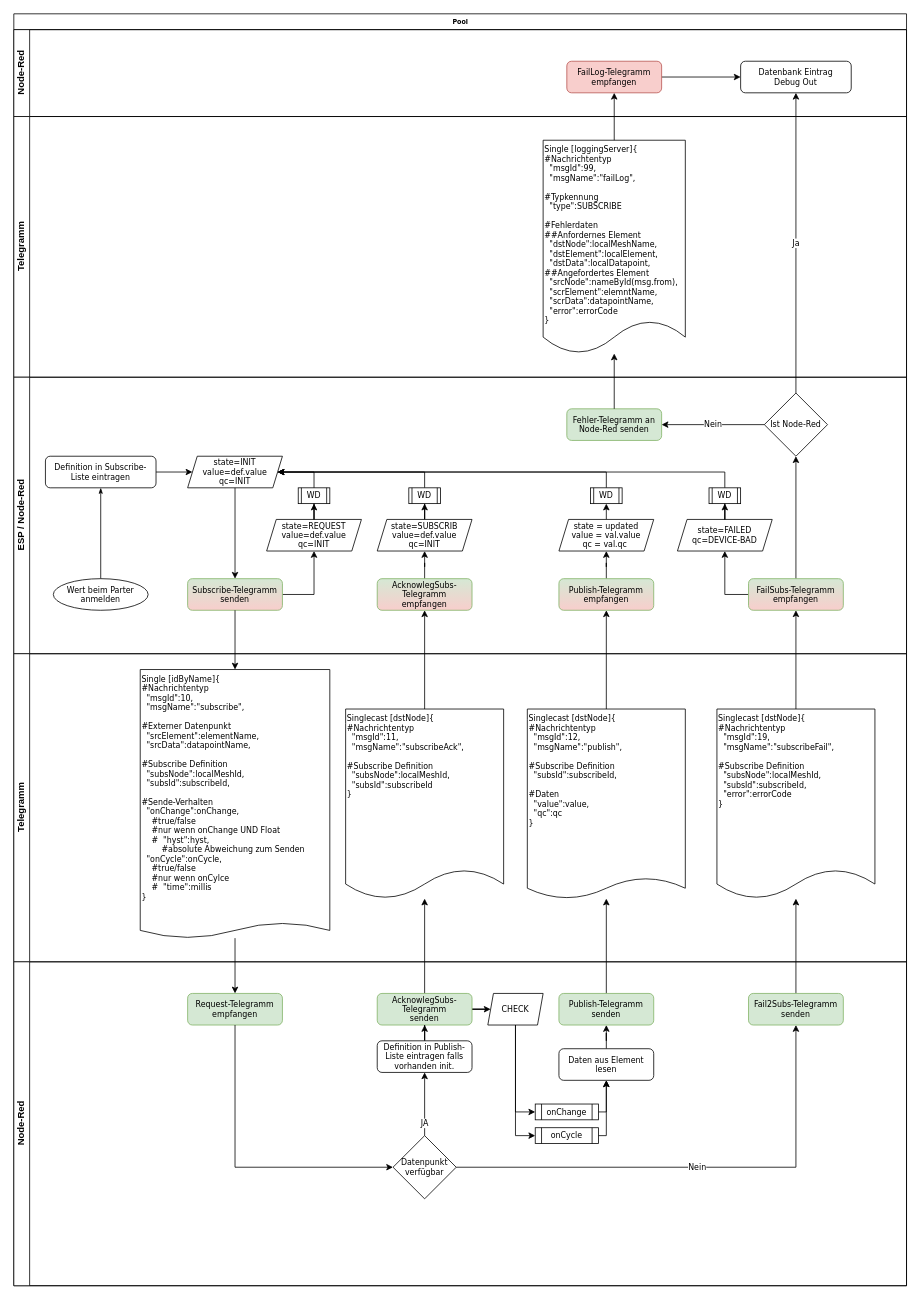
Before: page "Subscribe [1x]" (1 of 10) of Dokumente/IOT_Structure.drawio in IchOK/JCA_IOT, a draw.io diagram. Source tidied: cells renumbered, new cells numbered last; positions are measured from the earlier drawing's top-left corner, leaving out a move shared by most shapes. Both pictures are drawn from the tidied source at 79%, with x=0, y=0 at pixel (13, 13).
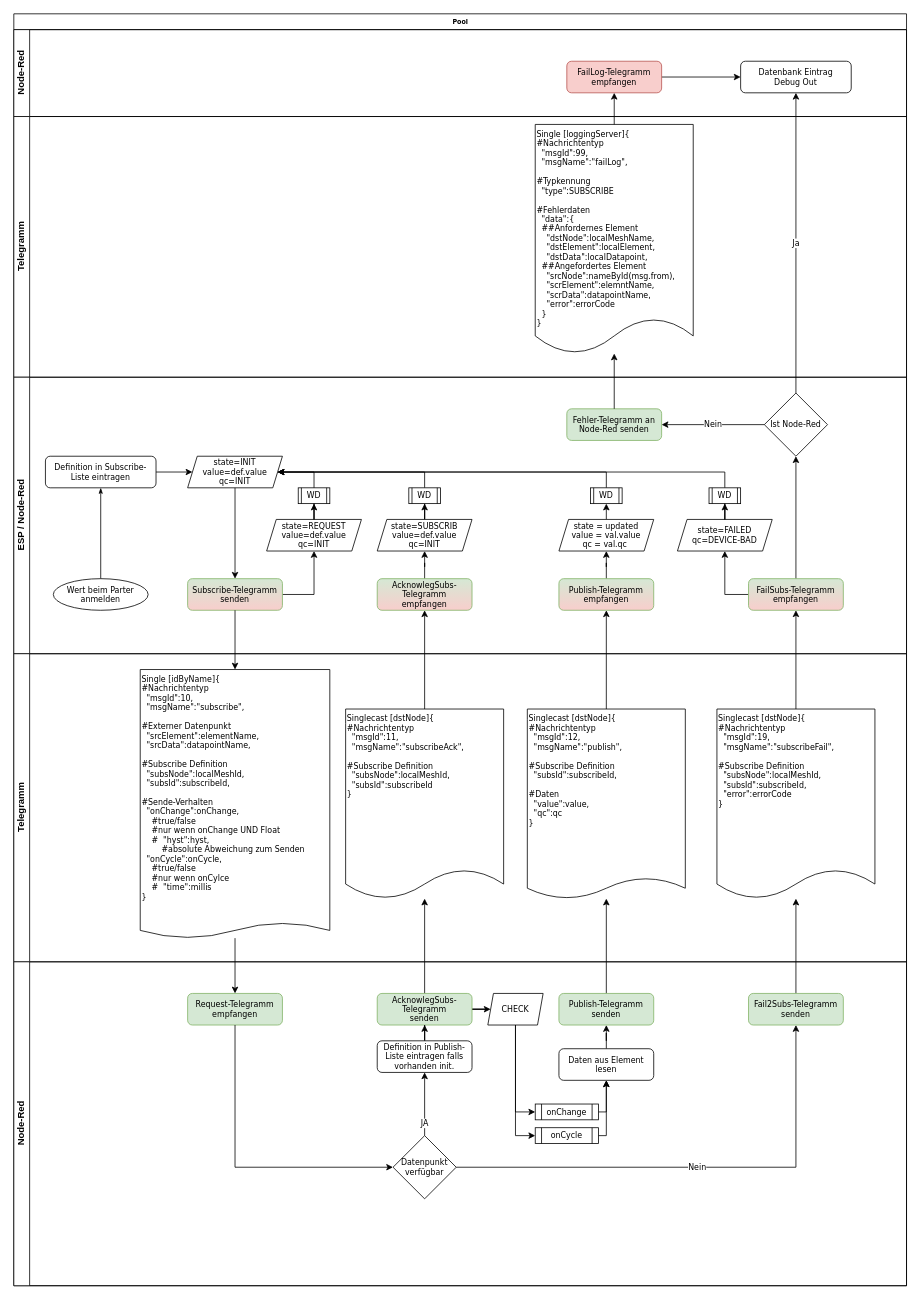
After the change.

The change refers to these unchanged cells:
```xml
<mxCell id="7" value="Telegramm" style="swimlane;html=1;startSize=20;horizontal=0;" parent="2" vertex="1">
  <mxGeometry y="130" width="1130" height="330" as="geometry" />
</mxCell>
```

Diff of the diagram source:
```diff
@@
-    <mxCell id="8" value="Single [loggingServer]{&lt;br&gt;#Nachrichtentyp&lt;br&gt;&amp;nbsp; &quot;msgId&quot;:99,&lt;br&gt;&amp;nbsp; &quot;msgName&quot;:&quot;failLog&quot;,&lt;br&gt;&lt;br&gt;#Typkennung&lt;br&gt;&amp;nbsp; &quot;type&quot;:SUBSCRIBE&lt;br&gt;&lt;br&gt;#Fehlerdaten&lt;br&gt;##Anfordernes Element&lt;br&gt;&amp;nbsp; &quot;dstNode&quot;:localMeshName,&lt;br&gt;&amp;nbsp; &quot;dstElement&quot;:localElement,&lt;br&gt;&amp;nbsp; &quot;dstData&quot;:localDatapoint,&lt;br&gt;##Angefordertes Element&lt;br&gt;&amp;nbsp; &quot;srcNode&quot;:nameById(msg.from),&lt;br&gt;&amp;nbsp; &quot;scrElement&quot;:elemntName,&lt;br&gt;&amp;nbsp; &quot;scrData&quot;:datapointName,&lt;br&gt;&amp;nbsp; &quot;error&quot;:errorCode&lt;br&gt;}&lt;span&gt;&lt;br&gt;&lt;/span&gt;" style="shape=document;whiteSpace=wrap;html=1;boundedLbl=1;fontFamily=Verdana;fontSize=10;align=left;verticalAlign=top;size=0.15374128899606734;" parent="7" vertex="1">
-      <mxGeometry x="670" y="30" width="180" height="270" as="geometry" />
+    <mxCell id="8" value="Single [loggingServer]{&lt;br&gt;#Nachrichtentyp&lt;br&gt;&amp;nbsp; &quot;msgId&quot;:99,&lt;br&gt;&amp;nbsp; &quot;msgName&quot;:&quot;failLog&quot;,&lt;br&gt;&lt;br&gt;#Typkennung&lt;br&gt;&amp;nbsp; &quot;type&quot;:SUBSCRIBE&lt;br&gt;&lt;br&gt;#Fehlerdaten&lt;br&gt;&amp;nbsp; &quot;data&quot;:{&lt;br&gt;&amp;nbsp; ##Anfordernes Element&lt;br&gt;&amp;nbsp; &amp;nbsp; &quot;dstNode&quot;:localMeshName,&lt;br&gt;&amp;nbsp; &amp;nbsp; &quot;dstElement&quot;:localElement,&lt;br&gt;&amp;nbsp; &amp;nbsp; &quot;dstData&quot;:localDatapoint,&lt;br&gt;&amp;nbsp; ##Angefordertes Element&lt;br&gt;&amp;nbsp; &amp;nbsp; &quot;srcNode&quot;:nameById(msg.from),&lt;br&gt;&amp;nbsp; &amp;nbsp; &quot;scrElement&quot;:elemntName,&lt;br&gt;&amp;nbsp; &amp;nbsp; &quot;scrData&quot;:datapointName,&lt;br&gt;&amp;nbsp; &amp;nbsp; &quot;error&quot;:errorCode&lt;br&gt;&amp;nbsp; }&lt;br&gt;}&lt;span&gt;&lt;br&gt;&lt;/span&gt;" style="shape=document;whiteSpace=wrap;html=1;boundedLbl=1;fontFamily=Verdana;fontSize=10;align=left;verticalAlign=top;size=0.15374128899606734;" parent="7" vertex="1">
+      <mxGeometry x="660" y="10" width="200" height="290" as="geometry" />
     </mxCell>
```
